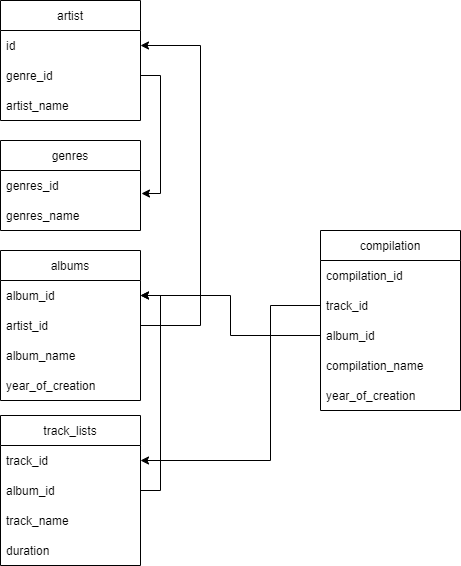
Above: sql_task_2.drawio.png in splaiser/SQL_creation_db (draw.io), before the change. Source tidied: cells renumbered, new cells last; positions are measured from the earlier drawing's top-left corner, leaving out a move shared by most shapes. The source it was exported from:
```xml
<mxGraphModel>
  <root>
    <mxCell id="0" />
    <mxCell id="1" parent="0" />
    <mxCell id="2" value="artist" style="swimlane;fontStyle=0;horizontal=1;startSize=30;" parent="1" vertex="1">
      <mxGeometry width="140" height="120" as="geometry" />
    </mxCell>
    <mxCell id="3" value="id" style="text;strokeColor=none;fillColor=none;align=left;verticalAlign=middle;spacingLeft=4;spacingRight=4;overflow=hidden;points=[[0,0.5],[1,0.5]];portConstraint=eastwest;" parent="2" vertex="1">
      <mxGeometry y="30" width="140" height="30" as="geometry" />
    </mxCell>
    <mxCell id="4" value="genre_id" style="text;strokeColor=none;fillColor=none;align=left;verticalAlign=middle;spacingLeft=4;spacingRight=4;overflow=hidden;points=[[0,0.5],[1,0.5]];portConstraint=eastwest;" parent="2" vertex="1">
      <mxGeometry y="60" width="140" height="30" as="geometry" />
    </mxCell>
    <mxCell id="5" value="artist_name" style="text;strokeColor=none;fillColor=none;align=left;verticalAlign=middle;spacingLeft=4;spacingRight=4;overflow=hidden;" parent="2" vertex="1">
      <mxGeometry y="90" width="140" height="30" as="geometry" />
    </mxCell>
    <mxCell id="6" value="genres" style="swimlane;fontStyle=0;horizontal=1;startSize=30;" parent="1" vertex="1">
      <mxGeometry y="140" width="140" height="90" as="geometry" />
    </mxCell>
    <mxCell id="7" value="genres_id" style="text;strokeColor=none;fillColor=none;align=left;verticalAlign=middle;spacingLeft=4;spacingRight=4;overflow=hidden;points=[[0,0.5],[1,0.5]];portConstraint=eastwest;" parent="6" vertex="1">
      <mxGeometry y="30" width="140" height="30" as="geometry" />
    </mxCell>
    <mxCell id="8" value="genres_name" style="text;strokeColor=none;fillColor=none;align=left;verticalAlign=middle;spacingLeft=4;spacingRight=4;overflow=hidden;" parent="6" vertex="1">
      <mxGeometry y="60" width="140" height="30" as="geometry" />
    </mxCell>
    <mxCell id="9" value="albums" style="swimlane;fontStyle=0;horizontal=1;startSize=30;" parent="1" vertex="1">
      <mxGeometry y="250" width="140" height="150" as="geometry" />
    </mxCell>
    <mxCell id="10" value="album_id" style="text;strokeColor=none;fillColor=none;align=left;verticalAlign=middle;spacingLeft=4;spacingRight=4;overflow=hidden;points=[[0,0.5],[1,0.5]];portConstraint=eastwest;" parent="9" vertex="1">
      <mxGeometry y="30" width="140" height="30" as="geometry" />
    </mxCell>
    <mxCell id="11" value="artist_id" style="text;strokeColor=none;fillColor=none;align=left;verticalAlign=middle;spacingLeft=4;spacingRight=4;overflow=hidden;points=[[0,0.5],[1,0.5]];portConstraint=eastwest;" parent="9" vertex="1">
      <mxGeometry y="60" width="140" height="30" as="geometry" />
    </mxCell>
    <mxCell id="12" value="album_name" style="text;strokeColor=none;fillColor=none;align=left;verticalAlign=middle;spacingLeft=4;spacingRight=4;overflow=hidden;" parent="9" vertex="1">
      <mxGeometry y="90" width="140" height="30" as="geometry" />
    </mxCell>
    <mxCell id="13" value="year_of_creation" style="text;strokeColor=none;fillColor=none;align=left;verticalAlign=middle;spacingLeft=4;spacingRight=4;overflow=hidden;" parent="9" vertex="1">
      <mxGeometry y="120" width="140" height="30" as="geometry" />
    </mxCell>
    <mxCell id="14" value="track_lists" style="swimlane;fontStyle=0;horizontal=1;startSize=30;" parent="1" vertex="1">
      <mxGeometry y="415" width="140" height="150" as="geometry" />
    </mxCell>
    <mxCell id="15" value="track_id" style="text;strokeColor=none;fillColor=none;align=left;verticalAlign=middle;spacingLeft=4;spacingRight=4;overflow=hidden;points=[[0,0.5],[1,0.5]];portConstraint=eastwest;" parent="14" vertex="1">
      <mxGeometry y="30" width="140" height="30" as="geometry" />
    </mxCell>
    <mxCell id="16" value="album_id" style="text;strokeColor=none;fillColor=none;align=left;verticalAlign=middle;spacingLeft=4;spacingRight=4;overflow=hidden;points=[[0,0.5],[1,0.5]];portConstraint=eastwest;" parent="14" vertex="1">
      <mxGeometry y="60" width="140" height="30" as="geometry" />
    </mxCell>
    <mxCell id="17" value="track_name" style="text;strokeColor=none;fillColor=none;align=left;verticalAlign=middle;spacingLeft=4;spacingRight=4;overflow=hidden;" parent="14" vertex="1">
      <mxGeometry y="90" width="140" height="30" as="geometry" />
    </mxCell>
    <mxCell id="18" value="duration" style="text;strokeColor=none;fillColor=none;align=left;verticalAlign=middle;spacingLeft=4;spacingRight=4;overflow=hidden;" parent="14" vertex="1">
      <mxGeometry y="120" width="140" height="30" as="geometry" />
    </mxCell>
    <mxCell id="19" value="compilation" style="swimlane;fontStyle=0;horizontal=1;startSize=30;" parent="1" vertex="1">
      <mxGeometry x="320" y="230" width="140" height="180" as="geometry" />
    </mxCell>
    <mxCell id="20" value="compilation_id" style="text;strokeColor=none;fillColor=none;align=left;verticalAlign=middle;spacingLeft=4;spacingRight=4;overflow=hidden;" parent="19" vertex="1">
      <mxGeometry y="30" width="140" height="30" as="geometry" />
    </mxCell>
    <mxCell id="21" value="track_id" style="text;strokeColor=none;fillColor=none;align=left;verticalAlign=middle;spacingLeft=4;spacingRight=4;overflow=hidden;points=[[0,0.5],[1,0.5]];portConstraint=eastwest;" parent="19" vertex="1">
      <mxGeometry y="60" width="140" height="30" as="geometry" />
    </mxCell>
    <mxCell id="22" value="album_id" style="text;strokeColor=none;fillColor=none;align=left;verticalAlign=middle;spacingLeft=4;spacingRight=4;overflow=hidden;points=[[0,0.5],[1,0.5]];portConstraint=eastwest;" parent="19" vertex="1">
      <mxGeometry y="90" width="140" height="30" as="geometry" />
    </mxCell>
    <mxCell id="23" value="compilation_name" style="text;strokeColor=none;fillColor=none;align=left;verticalAlign=middle;spacingLeft=4;spacingRight=4;overflow=hidden;" parent="19" vertex="1">
      <mxGeometry y="120" width="140" height="30" as="geometry" />
    </mxCell>
    <mxCell id="24" value="year_of_creation" style="text;strokeColor=none;fillColor=none;align=left;verticalAlign=middle;spacingLeft=4;spacingRight=4;overflow=hidden;" parent="19" vertex="1">
      <mxGeometry y="150" width="140" height="30" as="geometry" />
    </mxCell>
    <mxCell id="25" style="edgeStyle=orthogonalEdgeStyle;rounded=0;jettySize=auto;html=1;exitX=1;exitY=0.5;exitDx=0;exitDy=0;entryX=1.007;entryY=0.767;entryDx=0;entryDy=0;entryPerimeter=0;" parent="1" edge="1" source="4" target="7">
      <mxGeometry relative="1" as="geometry" />
    </mxCell>
    <mxCell id="26" style="edgeStyle=orthogonalEdgeStyle;rounded=0;jettySize=auto;html=1;exitX=1;exitY=0.5;exitDx=0;exitDy=0;entryX=1;entryY=0.5;entryDx=0;entryDy=0;" parent="1" edge="1" source="11" target="3">
      <mxGeometry relative="1" as="geometry">
        <Array as="points">
          <mxPoint x="200" y="325" />
          <mxPoint x="200" y="45" />
        </Array>
      </mxGeometry>
    </mxCell>
    <mxCell id="27" style="edgeStyle=orthogonalEdgeStyle;rounded=0;jettySize=auto;html=1;exitX=1;exitY=0.5;exitDx=0;exitDy=0;entryX=1;entryY=0.5;entryDx=0;entryDy=0;" parent="1" edge="1" source="16" target="10">
      <mxGeometry relative="1" as="geometry" />
    </mxCell>
    <mxCell id="28" style="edgeStyle=orthogonalEdgeStyle;rounded=0;jettySize=auto;html=1;exitX=0;exitY=0.5;exitDx=0;exitDy=0;entryX=1;entryY=0.5;entryDx=0;entryDy=0;" parent="1" edge="1" source="21" target="15">
      <mxGeometry relative="1" as="geometry">
        <Array as="points">
          <mxPoint x="270" y="305" />
          <mxPoint x="270" y="460" />
        </Array>
      </mxGeometry>
    </mxCell>
    <mxCell id="29" style="edgeStyle=orthogonalEdgeStyle;rounded=0;jettySize=auto;html=1;exitX=0;exitY=0.5;exitDx=0;exitDy=0;entryX=1;entryY=0.5;entryDx=0;entryDy=0;" parent="1" edge="1" source="22" target="10">
      <mxGeometry relative="1" as="geometry" />
    </mxCell>
  </root>
</mxGraphModel>
```
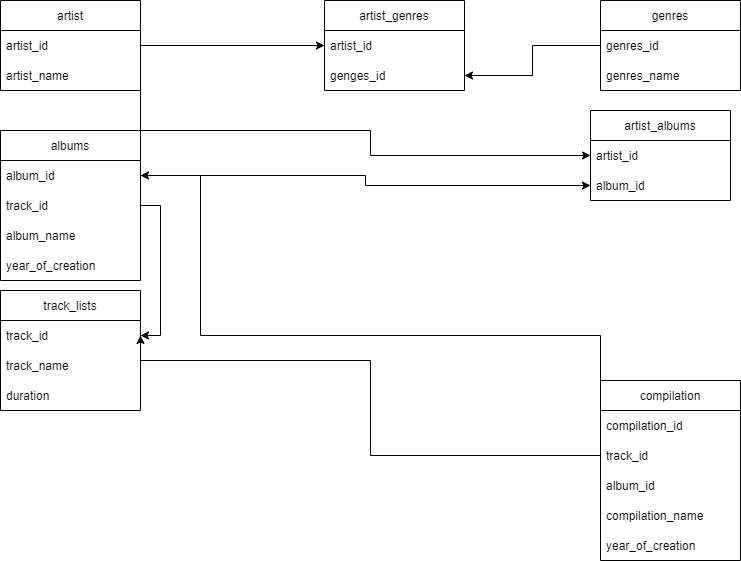
Above is the later version.

What changed in the source:
```diff
@@ -3,19 +3,16 @@
     <mxCell id="0" />
     <mxCell id="1" parent="0" />
     <mxCell id="2" value="artist" style="swimlane;fontStyle=0;horizontal=1;startSize=30;" parent="1" vertex="1">
-      <mxGeometry width="140" height="120" as="geometry" />
+      <mxGeometry width="140" height="90" as="geometry" />
     </mxCell>
-    <mxCell id="3" value="id" style="text;strokeColor=none;fillColor=none;align=left;verticalAlign=middle;spacingLeft=4;spacingRight=4;overflow=hidden;points=[[0,0.5],[1,0.5]];portConstraint=eastwest;" parent="2" vertex="1">
+    <mxCell id="3" value="artist_id" style="text;strokeColor=none;fillColor=none;align=left;verticalAlign=middle;spacingLeft=4;spacingRight=4;overflow=hidden;points=[[0,0.5],[1,0.5]];portConstraint=eastwest;" parent="2" vertex="1">
       <mxGeometry y="30" width="140" height="30" as="geometry" />
     </mxCell>
-    <mxCell id="4" value="genre_id" style="text;strokeColor=none;fillColor=none;align=left;verticalAlign=middle;spacingLeft=4;spacingRight=4;overflow=hidden;points=[[0,0.5],[1,0.5]];portConstraint=eastwest;" parent="2" vertex="1">
-      <mxGeometry y="60" width="140" height="30" as="geometry" />
-    </mxCell>
     <mxCell id="5" value="artist_name" style="text;strokeColor=none;fillColor=none;align=left;verticalAlign=middle;spacingLeft=4;spacingRight=4;overflow=hidden;" parent="2" vertex="1">
-      <mxGeometry y="90" width="140" height="30" as="geometry" />
+      <mxGeometry y="60" width="140" height="30" as="geometry" />
     </mxCell>
     <mxCell id="6" value="genres" style="swimlane;fontStyle=0;horizontal=1;startSize=30;" parent="1" vertex="1">
-      <mxGeometry y="140" width="140" height="90" as="geometry" />
+      <mxGeometry x="600" width="140" height="90" as="geometry" />
     </mxCell>
     <mxCell id="7" value="genres_id" style="text;strokeColor=none;fillColor=none;align=left;verticalAlign=middle;spacingLeft=4;spacingRight=4;overflow=hidden;points=[[0,0.5],[1,0.5]];portConstraint=eastwest;" parent="6" vertex="1">
       <mxGeometry y="30" width="140" height="30" as="geometry" />
@@ -24,14 +21,14 @@
       <mxGeometry y="60" width="140" height="30" as="geometry" />
     </mxCell>
     <mxCell id="9" value="albums" style="swimlane;fontStyle=0;horizontal=1;startSize=30;" parent="1" vertex="1">
-      <mxGeometry y="250" width="140" height="150" as="geometry" />
+      <mxGeometry y="130" width="140" height="150" as="geometry" />
     </mxCell>
     <mxCell id="10" value="album_id" style="text;strokeColor=none;fillColor=none;align=left;verticalAlign=middle;spacingLeft=4;spacingRight=4;overflow=hidden;points=[[0,0.5],[1,0.5]];portConstraint=eastwest;" parent="9" vertex="1">
       <mxGeometry y="30" width="140" height="30" as="geometry" />
     </mxCell>
-    <mxCell id="11" value="artist_id" style="text;strokeColor=none;fillColor=none;align=left;verticalAlign=middle;spacingLeft=4;spacingRight=4;overflow=hidden;points=[[0,0.5],[1,0.5]];portConstraint=eastwest;" parent="9" vertex="1">
-      <mxGeometry y="60" width="140" height="30" as="geometry" />
-    </mxCell>
+    <mxCell id="30" value="track_id" style="text;strokeColor=none;fillColor=none;align=left;verticalAlign=middle;spacingLeft=4;spacingRight=4;overflow=hidden;points=[[0,0.5],[1,0.5]];portConstraint=eastwest;" parent="9" vertex="1">
+      <mxGeometry y="60" width="140" height="30" as="geometry" />
+    </mxCell>
     <mxCell id="12" value="album_name" style="text;strokeColor=none;fillColor=none;align=left;verticalAlign=middle;spacingLeft=4;spacingRight=4;overflow=hidden;" parent="9" vertex="1">
       <mxGeometry y="90" width="140" height="30" as="geometry" />
     </mxCell>
@@ -39,22 +36,19 @@
       <mxGeometry y="120" width="140" height="30" as="geometry" />
     </mxCell>
     <mxCell id="14" value="track_lists" style="swimlane;fontStyle=0;horizontal=1;startSize=30;" parent="1" vertex="1">
-      <mxGeometry y="415" width="140" height="150" as="geometry" />
+      <mxGeometry y="290" width="140" height="120" as="geometry" />
     </mxCell>
     <mxCell id="15" value="track_id" style="text;strokeColor=none;fillColor=none;align=left;verticalAlign=middle;spacingLeft=4;spacingRight=4;overflow=hidden;points=[[0,0.5],[1,0.5]];portConstraint=eastwest;" parent="14" vertex="1">
       <mxGeometry y="30" width="140" height="30" as="geometry" />
     </mxCell>
-    <mxCell id="16" value="album_id" style="text;strokeColor=none;fillColor=none;align=left;verticalAlign=middle;spacingLeft=4;spacingRight=4;overflow=hidden;points=[[0,0.5],[1,0.5]];portConstraint=eastwest;" parent="14" vertex="1">
-      <mxGeometry y="60" width="140" height="30" as="geometry" />
-    </mxCell>
     <mxCell id="17" value="track_name" style="text;strokeColor=none;fillColor=none;align=left;verticalAlign=middle;spacingLeft=4;spacingRight=4;overflow=hidden;" parent="14" vertex="1">
-      <mxGeometry y="90" width="140" height="30" as="geometry" />
+      <mxGeometry y="60" width="140" height="30" as="geometry" />
     </mxCell>
     <mxCell id="18" value="duration" style="text;strokeColor=none;fillColor=none;align=left;verticalAlign=middle;spacingLeft=4;spacingRight=4;overflow=hidden;" parent="14" vertex="1">
-      <mxGeometry y="120" width="140" height="30" as="geometry" />
+      <mxGeometry y="90" width="140" height="30" as="geometry" />
     </mxCell>
     <mxCell id="19" value="compilation" style="swimlane;fontStyle=0;horizontal=1;startSize=30;" parent="1" vertex="1">
-      <mxGeometry x="320" y="230" width="140" height="180" as="geometry" />
+      <mxGeometry x="600" y="380" width="140" height="180" as="geometry" />
     </mxCell>
     <mxCell id="20" value="compilation_id" style="text;strokeColor=none;fillColor=none;align=left;verticalAlign=middle;spacingLeft=4;spacingRight=4;overflow=hidden;" parent="19" vertex="1">
       <mxGeometry y="30" width="140" height="30" as="geometry" />
@@ -71,30 +65,60 @@
     <mxCell id="24" value="year_of_creation" style="text;strokeColor=none;fillColor=none;align=left;verticalAlign=middle;spacingLeft=4;spacingRight=4;overflow=hidden;" parent="19" vertex="1">
       <mxGeometry y="150" width="140" height="30" as="geometry" />
     </mxCell>
-    <mxCell id="25" style="edgeStyle=orthogonalEdgeStyle;rounded=0;jettySize=auto;html=1;exitX=1;exitY=0.5;exitDx=0;exitDy=0;entryX=1.007;entryY=0.767;entryDx=0;entryDy=0;entryPerimeter=0;" parent="1" edge="1" source="4" target="7">
-      <mxGeometry relative="1" as="geometry" />
-    </mxCell>
-    <mxCell id="26" style="edgeStyle=orthogonalEdgeStyle;rounded=0;jettySize=auto;html=1;exitX=1;exitY=0.5;exitDx=0;exitDy=0;entryX=1;entryY=0.5;entryDx=0;entryDy=0;" parent="1" edge="1" source="11" target="3">
-      <mxGeometry relative="1" as="geometry">
-        <Array as="points">
-          <mxPoint x="200" y="325" />
-          <mxPoint x="200" y="45" />
-        </Array>
-      </mxGeometry>
-    </mxCell>
-    <mxCell id="27" style="edgeStyle=orthogonalEdgeStyle;rounded=0;jettySize=auto;html=1;exitX=1;exitY=0.5;exitDx=0;exitDy=0;entryX=1;entryY=0.5;entryDx=0;entryDy=0;" parent="1" edge="1" source="16" target="10">
-      <mxGeometry relative="1" as="geometry" />
-    </mxCell>
+    <mxCell id="31" value="artist_genres" style="swimlane;fontStyle=0;horizontal=1;startSize=30;" parent="1" vertex="1">
+      <mxGeometry x="324" width="140" height="90" as="geometry" />
+    </mxCell>
+    <mxCell id="32" value="artist_id" style="text;strokeColor=none;fillColor=none;align=left;verticalAlign=middle;spacingLeft=4;spacingRight=4;overflow=hidden;points=[[0,0.5],[1,0.5]];portConstraint=eastwest;" parent="31" vertex="1">
+      <mxGeometry y="30" width="140" height="30" as="geometry" />
+    </mxCell>
+    <mxCell id="33" value="genges_id" style="text;strokeColor=none;fillColor=none;align=left;verticalAlign=middle;spacingLeft=4;spacingRight=4;overflow=hidden;points=[[0,0.5],[1,0.5]];portConstraint=eastwest;" parent="31" vertex="1">
+      <mxGeometry y="60" width="140" height="30" as="geometry" />
+    </mxCell>
+    <mxCell id="34" style="edgeStyle=orthogonalEdgeStyle;rounded=0;jettySize=auto;html=1;exitX=0;exitY=0.5;exitDx=0;exitDy=0;" parent="1" edge="1" source="7" target="33">
+      <mxGeometry relative="1" as="geometry" />
+    </mxCell>
+    <mxCell id="35" style="edgeStyle=orthogonalEdgeStyle;rounded=0;jettySize=auto;html=1;exitX=1;exitY=0.5;exitDx=0;exitDy=0;entryX=0;entryY=0.5;entryDx=0;entryDy=0;" parent="1" edge="1" source="3" target="32">
+      <mxGeometry relative="1" as="geometry" />
+    </mxCell>
+    <mxCell id="36" value="artist_albums" style="swimlane;fontStyle=0;horizontal=1;startSize=30;" parent="1" vertex="1">
+      <mxGeometry x="590" y="110" width="140" height="90" as="geometry" />
+    </mxCell>
+    <mxCell id="37" value="artist_id" style="text;strokeColor=none;fillColor=none;align=left;verticalAlign=middle;spacingLeft=4;spacingRight=4;overflow=hidden;points=[[0,0.5],[1,0.5]];portConstraint=eastwest;" parent="36" vertex="1">
+      <mxGeometry y="30" width="140" height="30" as="geometry" />
+    </mxCell>
+    <mxCell id="16" value="album_id" style="text;strokeColor=none;fillColor=none;align=left;verticalAlign=middle;spacingLeft=4;spacingRight=4;overflow=hidden;points=[[0,0.5],[1,0.5]];portConstraint=eastwest;" parent="36" vertex="1">
+      <mxGeometry y="60" width="140" height="30" as="geometry" />
+    </mxCell>
+    <mxCell id="38" style="edgeStyle=orthogonalEdgeStyle;rounded=0;jettySize=auto;html=1;exitX=1;exitY=0.5;exitDx=0;exitDy=0;entryX=0;entryY=0.5;entryDx=0;entryDy=0;" parent="1" edge="1" source="3" target="37">
+      <mxGeometry relative="1" as="geometry">
+        <Array as="points">
+          <mxPoint x="140" y="130" />
+          <mxPoint x="370" y="130" />
+        </Array>
+      </mxGeometry>
+    </mxCell>
+    <mxCell id="39" style="edgeStyle=orthogonalEdgeStyle;rounded=0;jettySize=auto;html=1;exitX=1;exitY=0.5;exitDx=0;exitDy=0;entryX=0;entryY=0.5;entryDx=0;entryDy=0;" parent="1" edge="1" source="10" target="16">
+      <mxGeometry relative="1" as="geometry" />
+    </mxCell>
+    <mxCell id="40" style="edgeStyle=orthogonalEdgeStyle;rounded=0;jettySize=auto;html=1;exitX=1;exitY=0.5;exitDx=0;exitDy=0;" parent="1" edge="1" source="30" target="15">
+      <mxGeometry relative="1" as="geometry" />
+    </mxCell>
     <mxCell id="28" style="edgeStyle=orthogonalEdgeStyle;rounded=0;jettySize=auto;html=1;exitX=0;exitY=0.5;exitDx=0;exitDy=0;entryX=1;entryY=0.5;entryDx=0;entryDy=0;" parent="1" edge="1" source="21" target="15">
       <mxGeometry relative="1" as="geometry">
         <Array as="points">
-          <mxPoint x="270" y="305" />
-          <mxPoint x="270" y="460" />
+          <mxPoint x="370" y="360" />
+          <mxPoint x="140" y="360" />
         </Array>
       </mxGeometry>
     </mxCell>
     <mxCell id="29" style="edgeStyle=orthogonalEdgeStyle;rounded=0;jettySize=auto;html=1;exitX=0;exitY=0.5;exitDx=0;exitDy=0;entryX=1;entryY=0.5;entryDx=0;entryDy=0;" parent="1" edge="1" source="22" target="10">
-      <mxGeometry relative="1" as="geometry" />
+      <mxGeometry relative="1" as="geometry">
+        <Array as="points">
+          <mxPoint x="600" y="335" />
+          <mxPoint x="200" y="335" />
+          <mxPoint x="200" y="175" />
+        </Array>
+      </mxGeometry>
     </mxCell>
   </root>
 </mxGraphModel>
```
